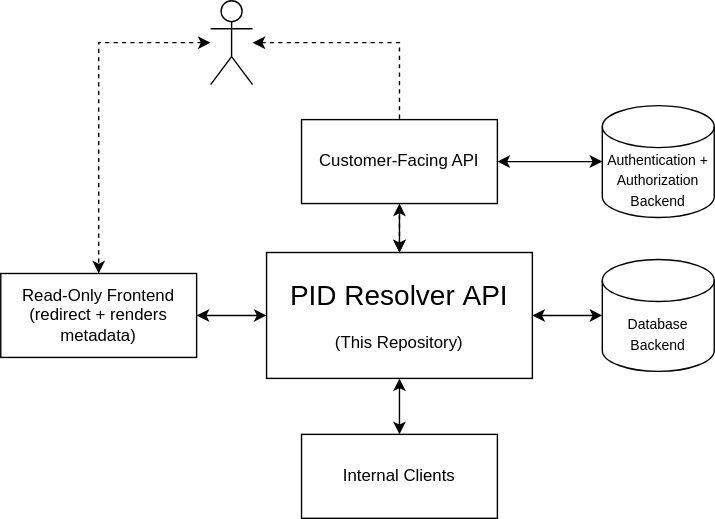
Above: spec/pid_arch.svg in tkw1536/quickpid (draw.io), before the change. Source tidied: cells renumbered, new cells last; positions are measured from the earlier drawing's top-left corner, leaving out a move shared by most shapes.
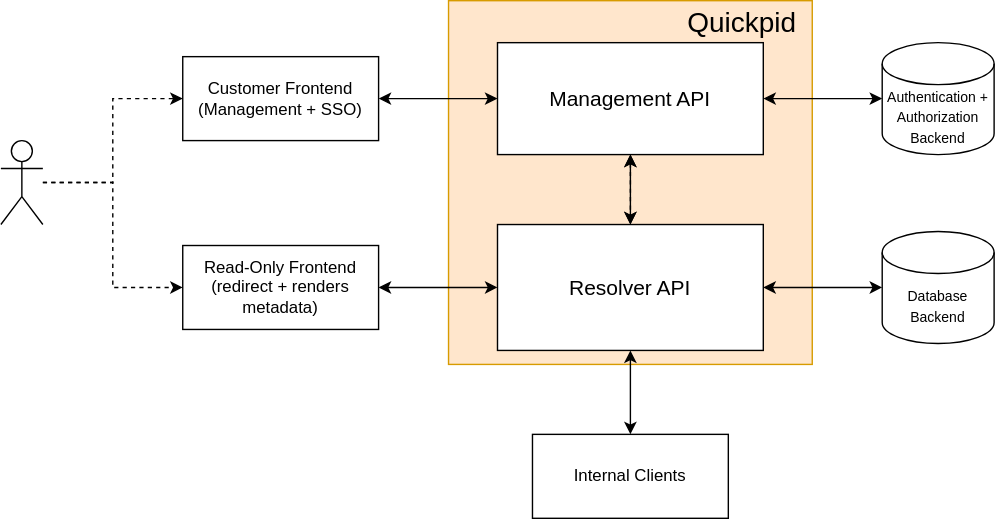
Later version of the same file.

Commit message:
Update architecture sketch

Diff of the diagram source:
```diff
@@ -2,47 +2,62 @@
   <root>
     <mxCell id="0" />
     <mxCell id="1" parent="0" />
-    <mxCell id="2" style="edgeStyle=orthogonalEdgeStyle;rounded=0;jettySize=auto;html=1;startArrow=classic;startFill=1;" parent="1" edge="1" source="4" target="5">
-      <mxGeometry relative="1" as="geometry" />
-    </mxCell>
-    <mxCell id="3" style="edgeStyle=orthogonalEdgeStyle;rounded=0;jettySize=auto;html=1;startArrow=classic;startFill=1;" parent="1" edge="1" source="4" target="9">
-      <mxGeometry relative="1" as="geometry" />
-    </mxCell>
-    <mxCell id="4" value="&lt;font style=&quot;font-size: 20px;&quot;&gt;PID Resolver&amp;nbsp;&lt;/font&gt;&lt;span style=&quot;font-size: 20px;&quot;&gt;API&lt;/span&gt;&lt;div&gt;&lt;div&gt;&lt;br&gt;&lt;/div&gt;&lt;div&gt;(This Repository)&lt;/div&gt;&lt;/div&gt;" style="rounded=0;whiteSpace=wrap;html=1;" parent="1" vertex="1">
-      <mxGeometry x="190" y="180" width="190" height="90" as="geometry" />
-    </mxCell>
+    <mxCell id="16" style="whiteSpace=wrap;html=1;fillColor=#ffe6cc;strokeColor=#d79b00;labelPosition=center;verticalLabelPosition=middle;align=center;verticalAlign=middle;textDirection=ltr;" parent="1" vertex="1">
+      <mxGeometry x="330" y="10" width="260" height="260" as="geometry" />
+    </mxCell>
+    <mxCell id="17" style="edgeStyle=orthogonalEdgeStyle;rounded=0;jettySize=auto;html=1;startArrow=classic;startFill=1;" parent="1" edge="1" source="19" target="5">
+      <mxGeometry relative="1" as="geometry" />
+    </mxCell>
+    <mxCell id="18" style="edgeStyle=orthogonalEdgeStyle;rounded=0;jettySize=auto;html=1;startArrow=classic;startFill=1;" parent="1" edge="1" source="19" target="26">
+      <mxGeometry relative="1" as="geometry" />
+    </mxCell>
+    <mxCell id="19" value="&lt;font style=&quot;font-size: 15px;&quot;&gt;Resolver API&lt;/font&gt;" style="rounded=0;whiteSpace=wrap;html=1;" parent="1" vertex="1">
+      <mxGeometry x="365" y="170" width="190" height="90" as="geometry" />
+    </mxCell>
     <mxCell id="5" value="&lt;font style=&quot;font-size: 10px;&quot;&gt;Database&lt;/font&gt;&lt;div&gt;&lt;font style=&quot;font-size: 10px;&quot;&gt;Backend&lt;/font&gt;&lt;/div&gt;" style="shape=cylinder3;whiteSpace=wrap;html=1;boundedLbl=1;backgroundOutline=1;size=15;" parent="1" vertex="1">
-      <mxGeometry x="430" y="185" width="80" height="80" as="geometry" />
+      <mxGeometry x="640" y="175" width="80" height="80" as="geometry" />
     </mxCell>
-    <mxCell id="6" style="edgeStyle=orthogonalEdgeStyle;rounded=0;jettySize=auto;html=1;startArrow=classic;startFill=1;dashed=1;" parent="1" edge="1" source="15" target="4">
-      <mxGeometry relative="1" as="geometry" />
-    </mxCell>
+    <mxCell id="20" style="edgeStyle=orthogonalEdgeStyle;rounded=0;jettySize=auto;html=1;startArrow=classic;startFill=1;dashed=1;" parent="1" edge="1" source="26" target="19">
+      <mxGeometry relative="1" as="geometry" />
+    </mxCell>
     <mxCell id="7" value="&lt;div&gt;Read-Only Frontend&lt;/div&gt;&lt;div&gt;(redirect + renders metadata)&lt;/div&gt;" style="rounded=0;whiteSpace=wrap;html=1;" parent="1" vertex="1">
-      <mxGeometry y="195" width="140" height="60" as="geometry" />
+      <mxGeometry x="140" y="185" width="140" height="60" as="geometry" />
     </mxCell>
-    <mxCell id="8" style="edgeStyle=orthogonalEdgeStyle;rounded=0;jettySize=auto;html=1;startArrow=classic;startFill=1;" parent="1" edge="1" source="9" target="10">
-      <mxGeometry relative="1" as="geometry" />
-    </mxCell>
-    <mxCell id="9" value="Customer-Facing API" style="rounded=0;whiteSpace=wrap;html=1;" parent="1" vertex="1">
-      <mxGeometry x="215" y="85" width="140" height="60" as="geometry" />
-    </mxCell>
+    <mxCell id="21" style="edgeStyle=orthogonalEdgeStyle;rounded=0;jettySize=auto;html=1;startArrow=classic;startFill=1;" parent="1" edge="1" source="26" target="10">
+      <mxGeometry relative="1" as="geometry" />
+    </mxCell>
     <mxCell id="10" value="&lt;font style=&quot;font-size: 10px;&quot;&gt;Authentication +&lt;/font&gt;&lt;div&gt;&lt;font size=&quot;1&quot;&gt;Authorization&lt;br&gt;&lt;/font&gt;&lt;div&gt;&lt;font style=&quot;font-size: 10px;&quot;&gt;Backend&lt;/font&gt;&lt;/div&gt;&lt;/div&gt;" style="shape=cylinder3;whiteSpace=wrap;html=1;boundedLbl=1;backgroundOutline=1;size=15;" parent="1" vertex="1">
-      <mxGeometry x="430" y="75" width="80" height="80" as="geometry" />
+      <mxGeometry x="640" y="40" width="80" height="80" as="geometry" />
     </mxCell>
-    <mxCell id="11" style="edgeStyle=orthogonalEdgeStyle;rounded=0;jettySize=auto;html=1;entryX=0.5;entryY=0;entryDx=0;entryDy=0;startArrow=classic;startFill=1;dashed=1;" parent="1" edge="1" source="15" target="7">
-      <mxGeometry relative="1" as="geometry" />
-    </mxCell>
-    <mxCell id="12" style="edgeStyle=orthogonalEdgeStyle;rounded=0;jettySize=auto;html=1;startArrow=classic;startFill=1;" parent="1" edge="1" source="13" target="4">
-      <mxGeometry relative="1" as="geometry" />
-    </mxCell>
+    <mxCell id="22" style="edgeStyle=orthogonalEdgeStyle;rounded=0;jettySize=auto;html=1;startArrow=classic;startFill=1;" parent="1" edge="1" source="13" target="19">
+      <mxGeometry relative="1" as="geometry" />
+    </mxCell>
     <mxCell id="13" value="Internal Clients" style="rounded=0;whiteSpace=wrap;html=1;" parent="1" vertex="1">
-      <mxGeometry x="215" y="310" width="140" height="60" as="geometry" />
+      <mxGeometry x="390" y="320" width="140" height="60" as="geometry" />
     </mxCell>
-    <mxCell id="14" style="edgeStyle=orthogonalEdgeStyle;rounded=0;jettySize=auto;html=1;startArrow=classic;startFill=1;entryX=0;entryY=0.5;entryDx=0;entryDy=0;" parent="1" edge="1" source="7" target="4">
-      <mxGeometry relative="1" as="geometry" />
-    </mxCell>
-    <mxCell id="15" style="shape=umlActor;verticalLabelPosition=bottom;verticalAlign=top;html=1;outlineConnect=0;" parent="1" vertex="1">
-      <mxGeometry x="150" width="30" height="60" as="geometry" />
-    </mxCell>
+    <mxCell id="23" style="edgeStyle=orthogonalEdgeStyle;rounded=0;jettySize=auto;html=1;startArrow=classic;startFill=1;entryX=0;entryY=0.5;entryDx=0;entryDy=0;" parent="1" edge="1" source="7" target="19">
+      <mxGeometry relative="1" as="geometry" />
+    </mxCell>
+    <mxCell id="24" style="edgeStyle=orthogonalEdgeStyle;rounded=0;jettySize=auto;html=1;entryX=0;entryY=0.5;entryDx=0;entryDy=0;dashed=1;" parent="1" edge="1" source="25" target="7">
+      <mxGeometry relative="1" as="geometry" />
+    </mxCell>
+    <mxCell id="25" style="shape=umlActor;verticalLabelPosition=bottom;verticalAlign=top;html=1;outlineConnect=0;" parent="1" vertex="1">
+      <mxGeometry x="10" y="110" width="30" height="60" as="geometry" />
+    </mxCell>
+    <mxCell id="26" value="&lt;font style=&quot;font-size: 15px;&quot;&gt;Management API&lt;/font&gt;" style="rounded=0;whiteSpace=wrap;html=1;" parent="1" vertex="1">
+      <mxGeometry x="365" y="40" width="190" height="80" as="geometry" />
+    </mxCell>
+    <mxCell id="27" style="edgeStyle=orthogonalEdgeStyle;rounded=0;jettySize=auto;html=1;startArrow=classic;startFill=1;" parent="1" edge="1" source="28" target="26">
+      <mxGeometry relative="1" as="geometry" />
+    </mxCell>
+    <mxCell id="28" value="Customer Frontend&lt;div&gt;(Management + SSO)&lt;/div&gt;" style="rounded=0;whiteSpace=wrap;html=1;" parent="1" vertex="1">
+      <mxGeometry x="140" y="50" width="140" height="60" as="geometry" />
+    </mxCell>
+    <mxCell id="29" value="&lt;font style=&quot;font-size: 20px;&quot;&gt;Quickpid&lt;/font&gt;" style="text;html=1;whiteSpace=wrap;strokeColor=none;fillColor=none;align=center;verticalAlign=middle;rounded=0;" parent="1" vertex="1">
+      <mxGeometry x="510" y="10" width="60" height="30" as="geometry" />
+    </mxCell>
+    <mxCell id="30" style="edgeStyle=orthogonalEdgeStyle;rounded=0;jettySize=auto;html=1;entryX=0;entryY=0.5;entryDx=0;entryDy=0;dashed=1;" parent="1" edge="1" source="25" target="28">
+      <mxGeometry relative="1" as="geometry" />
+    </mxCell>
   </root>
 </mxGraphModel>
```
